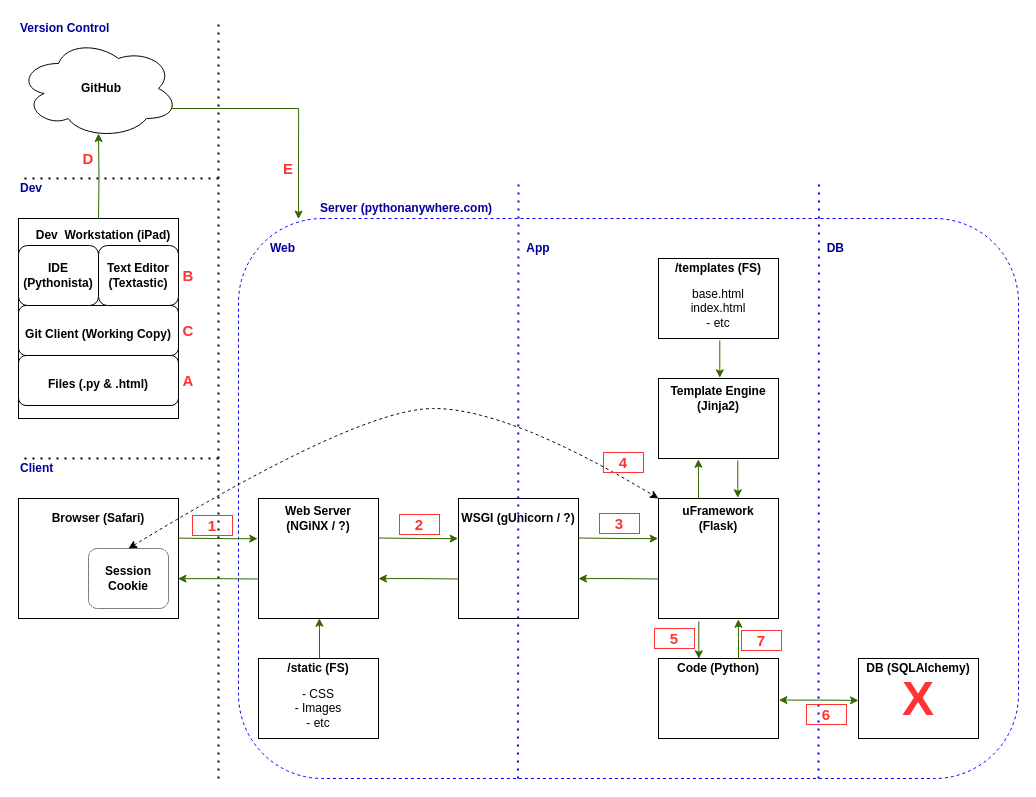
tsnellgrove/draw.io keeps this draw.io diagram as Web Flow.drawio. Above is the earlier version. Source tidied: cells renumbered, new cells numbered last; positions are measured from the earlier drawing's top-left corner, leaving out a move shared by most shapes. Both pictures are drawn from the tidied source at 100%, with x=0, y=0 at pixel (18, 18).
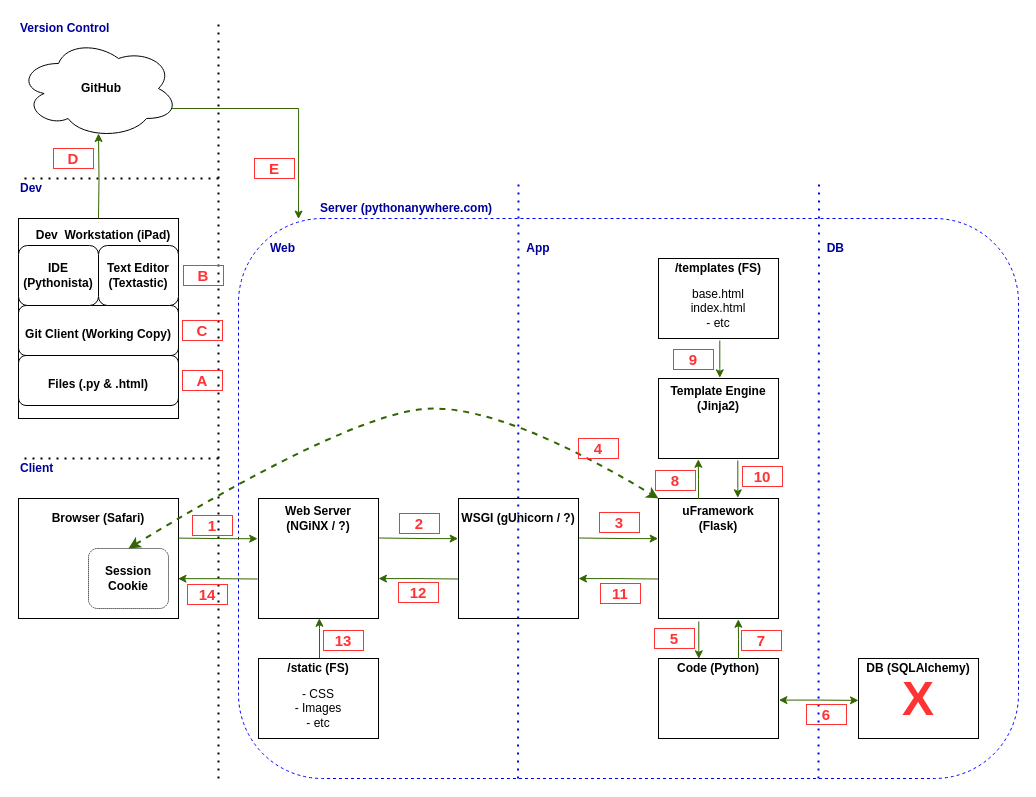
After the change.

The change refers to these unchanged cells:
```xml
<mxCell id="32" style="rounded=0;whiteSpace=wrap;html=1;" parent="1" vertex="1">
  <mxGeometry x="640" y="480" width="120" height="120" as="geometry" />
</mxCell>
<mxCell id="67" style="rounded=1;whiteSpace=wrap;html=1;dashed=1;dashPattern=1 1;" parent="1" vertex="1">
  <mxGeometry x="70" y="530" width="80" height="60" as="geometry" />
</mxCell>
```

Change to the diagram source:
```diff
@@
-    <mxCell id="62" value="A" style="text;html=1;strokeColor=none;fillColor=none;align=center;verticalAlign=middle;whiteSpace=wrap;rounded=0;fontSize=15;fontColor=#FF3333;fontStyle=1;" parent="1" vertex="1">
-      <mxGeometry x="150" y="352" width="40" height="20" as="geometry" />
+    <mxCell id="62" value="A" style="text;html=1;fillColor=none;align=center;verticalAlign=middle;whiteSpace=wrap;rounded=0;fontSize=15;fontColor=#FF3333;fontStyle=1;strokeColor=#FF3333;" parent="1" vertex="1">
+      <mxGeometry x="164" y="352" width="40" height="20" as="geometry" />
     </mxCell>
-    <mxCell id="63" value="B" style="text;html=1;strokeColor=none;fillColor=none;align=center;verticalAlign=middle;whiteSpace=wrap;rounded=0;fontSize=15;fontColor=#FF3333;fontStyle=1;" parent="1" vertex="1">
-      <mxGeometry x="150" y="247" width="40" height="20" as="geometry" />
+    <mxCell id="63" value="B" style="text;html=1;fillColor=none;align=center;verticalAlign=middle;whiteSpace=wrap;rounded=0;fontSize=15;fontColor=#FF3333;fontStyle=1;strokeColor=#FF3333;" parent="1" vertex="1">
+      <mxGeometry x="165" y="247" width="40" height="20" as="geometry" />
     </mxCell>
-    <mxCell id="64" value="C" style="text;html=1;strokeColor=none;fillColor=none;align=center;verticalAlign=middle;whiteSpace=wrap;rounded=0;fontSize=15;fontColor=#FF3333;fontStyle=1;" parent="1" vertex="1">
-      <mxGeometry x="150" y="302" width="40" height="20" as="geometry" />
+    <mxCell id="64" value="C" style="text;html=1;fillColor=none;align=center;verticalAlign=middle;whiteSpace=wrap;rounded=0;fontSize=15;fontColor=#FF3333;fontStyle=1;strokeColor=#FF3333;" parent="1" vertex="1">
+      <mxGeometry x="164" y="302" width="40" height="20" as="geometry" />
     </mxCell>
-    <mxCell id="65" value="D" style="text;html=1;strokeColor=none;fillColor=none;align=center;verticalAlign=middle;whiteSpace=wrap;rounded=0;fontSize=15;fontColor=#FF3333;fontStyle=1;" parent="1" vertex="1">
-      <mxGeometry x="50" y="130" width="40" height="20" as="geometry" />
+    <mxCell id="65" value="D" style="text;html=1;fillColor=none;align=center;verticalAlign=middle;whiteSpace=wrap;rounded=0;fontSize=15;fontColor=#FF3333;fontStyle=1;strokeColor=#FF3333;" parent="1" vertex="1">
+      <mxGeometry x="35" y="130" width="40" height="20" as="geometry" />
     </mxCell>
-    <mxCell id="66" value="E" style="text;html=1;strokeColor=none;fillColor=none;align=center;verticalAlign=middle;whiteSpace=wrap;rounded=0;fontSize=15;fontColor=#FF3333;fontStyle=1;" parent="1" vertex="1">
-      <mxGeometry x="250" y="140" width="40" height="20" as="geometry" />
+    <mxCell id="66" value="E" style="text;html=1;fillColor=none;align=center;verticalAlign=middle;whiteSpace=wrap;rounded=0;fontSize=15;fontColor=#FF3333;fontStyle=1;strokeColor=#FF3333;" parent="1" vertex="1">
+      <mxGeometry x="236" y="140" width="40" height="20" as="geometry" />
     </mxCell>
@@
-    <mxCell id="69" style="curved=1;endArrow=classic;html=1;exitX=0.5;exitY=0;exitDx=0;exitDy=0;entryX=0;entryY=0;entryDx=0;entryDy=0;dashed=1;startArrow=classic;startFill=1;" parent="1" edge="1" source="67" target="32">
+    <mxCell id="69" style="curved=1;endArrow=classic;html=1;exitX=0.5;exitY=0;exitDx=0;exitDy=0;entryX=0;entryY=0;entryDx=0;entryDy=0;dashed=1;startArrow=classic;startFill=1;strokeColor=#336600;strokeWidth=2;" parent="1" edge="1" source="67" target="32">
       <mxGeometry relative="1" as="geometry">
         <Array as="points">
           <mxPoint x="340" y="390" />
           <mxPoint x="490" y="390" />
         </Array>
       </mxGeometry>
     </mxCell>
     <mxCell id="70" value="2" style="text;html=1;fillColor=none;align=center;verticalAlign=middle;whiteSpace=wrap;rounded=0;fontSize=15;fontStyle=1;fontColor=#FF3333;strokeColor=#FF3333;" parent="1" vertex="1">
-      <mxGeometry x="381" y="496" width="40" height="20" as="geometry" />
+      <mxGeometry x="381" y="495" width="40" height="20" as="geometry" />
     </mxCell>
@@
     <mxCell id="72" value="3" style="text;html=1;fillColor=none;align=center;verticalAlign=middle;whiteSpace=wrap;rounded=0;fontSize=15;fontStyle=1;fontColor=#FF3333;strokeColor=#FF3333;" parent="1" vertex="1">
-      <mxGeometry x="581" y="495" width="40" height="20" as="geometry" />
+      <mxGeometry x="581" y="494" width="40" height="20" as="geometry" />
     </mxCell>
     <mxCell id="73" value="4" style="text;html=1;fillColor=none;align=center;verticalAlign=middle;whiteSpace=wrap;rounded=0;fontSize=15;fontStyle=1;fontColor=#FF3333;strokeColor=#FF3333;" parent="1" vertex="1">
-      <mxGeometry x="585" y="434" width="40" height="20" as="geometry" />
+      <mxGeometry x="560" y="420" width="40" height="20" as="geometry" />
     </mxCell>
@@
+    <mxCell id="78" value="8" style="text;html=1;fillColor=none;align=center;verticalAlign=middle;whiteSpace=wrap;rounded=0;fontSize=15;fontStyle=1;fontColor=#FF3333;strokeColor=#FF3333;" parent="1" vertex="1">
+      <mxGeometry x="637" y="452" width="40" height="20" as="geometry" />
+    </mxCell>
+    <mxCell id="79" value="9" style="text;html=1;fillColor=none;align=center;verticalAlign=middle;whiteSpace=wrap;rounded=0;fontSize=15;fontStyle=1;fontColor=#FF3333;strokeColor=#FF3333;" parent="1" vertex="1">
+      <mxGeometry x="655" y="331" width="40" height="20" as="geometry" />
+    </mxCell>
+    <mxCell id="80" value="10" style="text;html=1;fillColor=none;align=center;verticalAlign=middle;whiteSpace=wrap;rounded=0;fontSize=15;fontStyle=1;fontColor=#FF3333;strokeColor=#FF3333;" parent="1" vertex="1">
+      <mxGeometry x="724" y="448" width="40" height="20" as="geometry" />
+    </mxCell>
+    <mxCell id="81" value="11" style="text;html=1;fillColor=none;align=center;verticalAlign=middle;whiteSpace=wrap;rounded=0;fontSize=15;fontStyle=1;fontColor=#FF3333;strokeColor=#FF3333;" parent="1" vertex="1">
+      <mxGeometry x="582" y="565" width="40" height="20" as="geometry" />
+    </mxCell>
+    <mxCell id="82" value="12" style="text;html=1;fillColor=none;align=center;verticalAlign=middle;whiteSpace=wrap;rounded=0;fontSize=15;fontStyle=1;fontColor=#FF3333;strokeColor=#FF3333;" parent="1" vertex="1">
+      <mxGeometry x="380" y="564" width="40" height="20" as="geometry" />
+    </mxCell>
+    <mxCell id="83" value="13" style="text;html=1;fillColor=none;align=center;verticalAlign=middle;whiteSpace=wrap;rounded=0;fontSize=15;fontStyle=1;fontColor=#FF3333;strokeColor=#FF3333;" parent="1" vertex="1">
+      <mxGeometry x="305" y="612" width="40" height="20" as="geometry" />
+    </mxCell>
+    <mxCell id="84" value="14" style="text;html=1;fillColor=none;align=center;verticalAlign=middle;whiteSpace=wrap;rounded=0;fontSize=15;fontStyle=1;fontColor=#FF3333;strokeColor=#FF3333;" parent="1" vertex="1">
+      <mxGeometry x="169" y="566" width="40" height="20" as="geometry" />
+    </mxCell>
```
